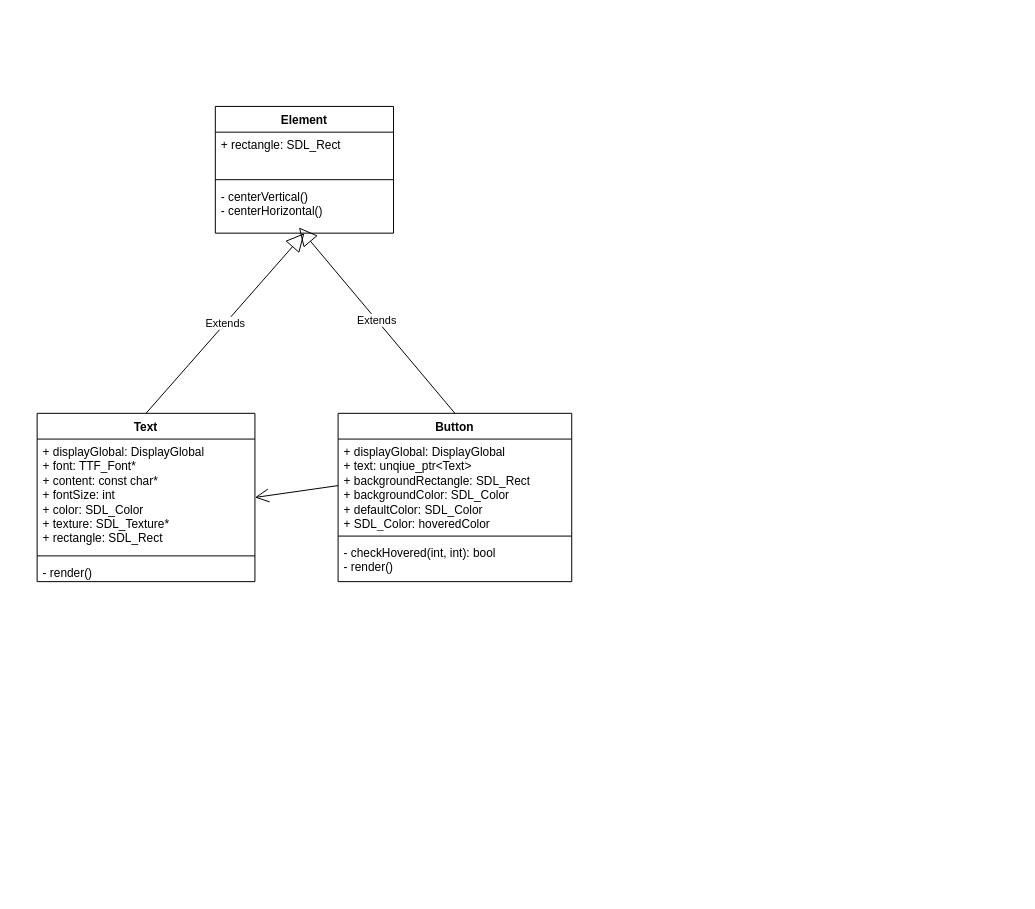
Before: Untitled Diagram.drawio in Joedahms/expirationTracker, a draw.io diagram. Source tidied: cells renumbered, new cells numbered last; positions are measured from the earlier drawing's top-left corner, leaving out a move shared by most shapes. Both pictures are drawn from the tidied source at 99%, with x=0, y=0 at pixel (37, 106).
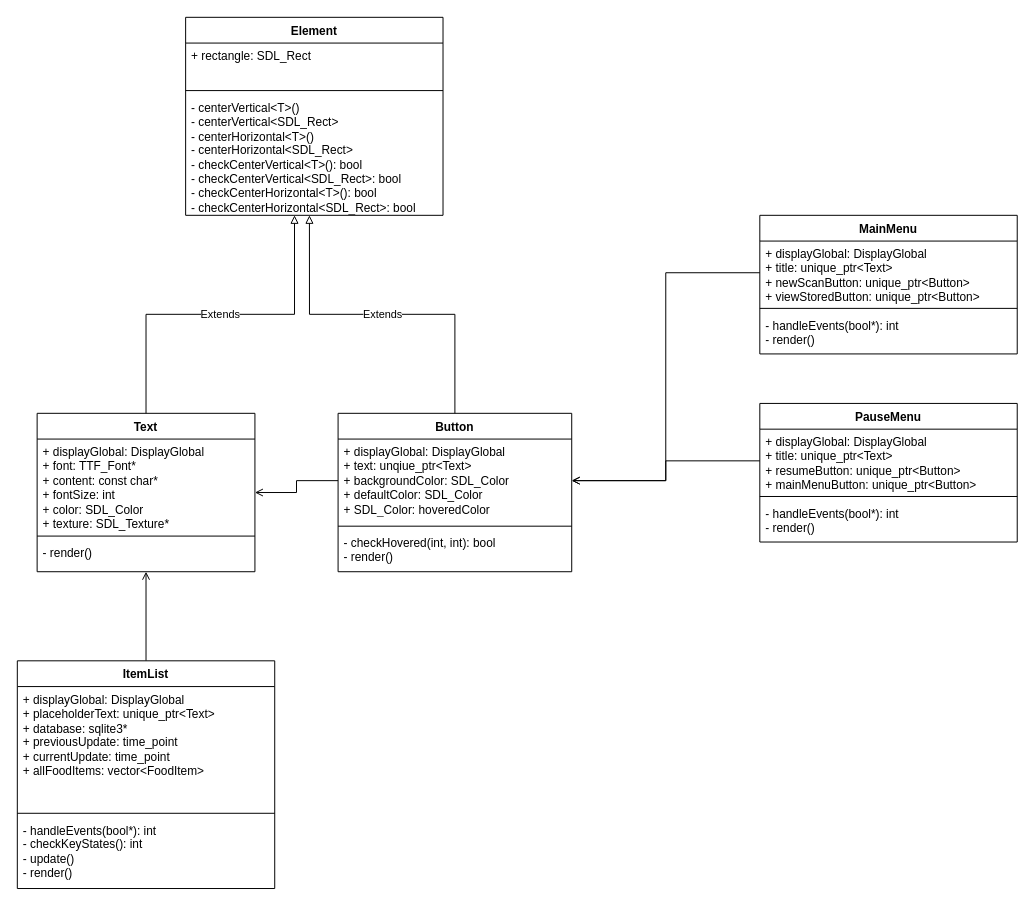
After the change.

What changed in the source:
```diff
@@
     <mxCell id="2" value="Element" style="swimlane;fontStyle=1;align=center;verticalAlign=top;horizontal=1;startSize=26;whiteSpace=wrap;html=1;" parent="1" vertex="1">
-      <mxGeometry x="180" width="180" height="128" as="geometry" />
+      <mxGeometry x="150" y="-90" width="260" height="200" as="geometry" />
     </mxCell>
     <mxCell id="3" value="&lt;div&gt;+ rectangle: SDL_Rect&lt;/div&gt;" style="text;strokeColor=none;fillColor=none;align=left;verticalAlign=top;spacingLeft=4;spacingRight=4;overflow=hidden;whiteSpace=wrap;html=1;" parent="2" vertex="1">
-      <mxGeometry y="26" width="180" height="44" as="geometry" />
+      <mxGeometry y="26" width="260" height="44" as="geometry" />
     </mxCell>
     <mxCell id="4" style="line;strokeWidth=1;fillColor=none;align=left;verticalAlign=middle;spacingTop=-1;spacingLeft=3;spacingRight=3;labelPosition=right;strokeColor=inherit;" parent="2" vertex="1">
-      <mxGeometry y="70" width="180" height="8" as="geometry" />
+      <mxGeometry y="70" width="260" height="8" as="geometry" />
     </mxCell>
-    <mxCell id="5" value="&lt;div&gt;- centerVertical()&lt;/div&gt;&lt;div&gt;- centerHorizontal()&lt;br&gt;&lt;/div&gt;" style="text;strokeColor=none;fillColor=none;align=left;verticalAlign=top;spacingLeft=4;spacingRight=4;overflow=hidden;points=[[0,0.5],[1,0.5]];portConstraint=eastwest;whiteSpace=wrap;html=1;" parent="2" vertex="1">
-      <mxGeometry y="78" width="180" height="50" as="geometry" />
+    <mxCell id="5" value="&lt;div&gt;- centerVertical&amp;lt;T&amp;gt;()&lt;/div&gt;&lt;div&gt;- centerVertical&amp;lt;SDL_Rect&amp;gt;&lt;br&gt;&lt;/div&gt;&lt;div&gt;- centerHorizontal&amp;lt;T&amp;gt;()&lt;/div&gt;&lt;div&gt;- centerHorizontal&amp;lt;SDL_Rect&amp;gt;&lt;/div&gt;&lt;div&gt;&lt;div&gt;- checkCenterVertical&amp;lt;T&amp;gt;(): bool&lt;br&gt;&lt;/div&gt;&lt;div&gt;- checkCenterVertical&amp;lt;SDL_Rect&amp;gt;: bool&lt;br&gt;&lt;/div&gt;&lt;div&gt;- checkCenterHorizontal&amp;lt;T&amp;gt;(): bool&lt;br&gt;&lt;/div&gt;&lt;div&gt;- checkCenterHorizontal&amp;lt;SDL_Rect&amp;gt;: bool&lt;br&gt;&lt;/div&gt;&lt;/div&gt;" style="text;strokeColor=none;fillColor=none;align=left;verticalAlign=top;spacingLeft=4;spacingRight=4;overflow=hidden;points=[[0,0.5],[1,0.5]];portConstraint=eastwest;whiteSpace=wrap;html=1;" parent="2" vertex="1">
+      <mxGeometry y="78" width="260" height="122" as="geometry" />
     </mxCell>
     <mxCell id="6" value="Text" style="swimlane;fontStyle=1;align=center;verticalAlign=top;horizontal=1;startSize=26;whiteSpace=wrap;html=1;" parent="1" vertex="1">
-      <mxGeometry y="310" width="220" height="170" as="geometry" />
+      <mxGeometry y="310" width="220" height="160" as="geometry" />
     </mxCell>
-    <mxCell id="7" value="&lt;div&gt;+ displayGlobal: DisplayGlobal&lt;br&gt;&lt;/div&gt;&lt;div&gt;+ font: TTF_Font*&lt;/div&gt;&lt;div&gt;+ content: const char*&lt;/div&gt;&lt;div&gt;+ fontSize: int&lt;/div&gt;&lt;div&gt;+ color: SDL_Color&lt;/div&gt;&lt;div&gt;+ texture: SDL_Texture*&lt;/div&gt;&lt;div&gt;+ rectangle: SDL_Rect&lt;br&gt;&lt;/div&gt;&lt;div&gt;&lt;br&gt;&lt;/div&gt;" style="text;strokeColor=none;fillColor=none;align=left;verticalAlign=top;spacingLeft=4;spacingRight=4;overflow=hidden;whiteSpace=wrap;html=1;" parent="6" vertex="1">
-      <mxGeometry y="26" width="220" height="114" as="geometry" />
+    <mxCell id="7" value="&lt;div&gt;+ displayGlobal: DisplayGlobal&lt;br&gt;&lt;/div&gt;&lt;div&gt;+ font: TTF_Font*&lt;/div&gt;&lt;div&gt;+ content: const char*&lt;/div&gt;&lt;div&gt;+ fontSize: int&lt;/div&gt;&lt;div&gt;+ color: SDL_Color&lt;/div&gt;&lt;div&gt;+ texture: SDL_Texture*&lt;/div&gt;&lt;div&gt;&lt;br&gt;&lt;/div&gt;" style="text;strokeColor=none;fillColor=none;align=left;verticalAlign=top;spacingLeft=4;spacingRight=4;overflow=hidden;whiteSpace=wrap;html=1;" parent="6" vertex="1">
+      <mxGeometry y="26" width="220" height="94" as="geometry" />
     </mxCell>
     <mxCell id="8" style="line;strokeWidth=1;fillColor=none;align=left;verticalAlign=middle;spacingTop=-1;spacingLeft=3;spacingRight=3;labelPosition=right;strokeColor=inherit;" parent="6" vertex="1">
-      <mxGeometry y="140" width="220" height="8" as="geometry" />
+      <mxGeometry y="120" width="220" height="8" as="geometry" />
     </mxCell>
     <mxCell id="9" value="- render()" style="text;strokeColor=none;fillColor=none;align=left;verticalAlign=top;spacingLeft=4;spacingRight=4;overflow=hidden;whiteSpace=wrap;html=1;" parent="6" vertex="1">
-      <mxGeometry y="148" width="220" height="22" as="geometry" />
+      <mxGeometry y="128" width="220" height="32" as="geometry" />
     </mxCell>
     <mxCell id="10" value="Button" style="swimlane;fontStyle=1;align=center;verticalAlign=top;horizontal=1;startSize=26;whiteSpace=wrap;html=1;" parent="1" vertex="1">
-      <mxGeometry x="304" y="310" width="236" height="170" as="geometry" />
+      <mxGeometry x="304" y="310" width="236" height="160" as="geometry" />
     </mxCell>
-    <mxCell id="11" value="&lt;div&gt;+ displayGlobal: DisplayGlobal&lt;/div&gt;&lt;div&gt;+ text: unqiue_ptr&amp;lt;Text&amp;gt;&lt;/div&gt;&lt;div&gt;+ backgroundRectangle: SDL_Rect&lt;/div&gt;&lt;div&gt;+ backgroundColor: SDL_Color&lt;/div&gt;&lt;div&gt;+ defaultColor: SDL_Color&lt;/div&gt;&lt;div&gt;+ SDL_Color: hoveredColor&lt;br&gt;&lt;/div&gt;" style="text;strokeColor=none;fillColor=none;align=left;verticalAlign=top;spacingLeft=4;spacingRight=4;overflow=hidden;points=[[0,0.5],[1,0.5]];portConstraint=eastwest;whiteSpace=wrap;html=1;" parent="10" vertex="1">
-      <mxGeometry y="26" width="236" height="94" as="geometry" />
+    <mxCell id="11" value="&lt;div&gt;+ displayGlobal: DisplayGlobal&lt;/div&gt;&lt;div&gt;+ text: unqiue_ptr&amp;lt;Text&amp;gt;&lt;/div&gt;&lt;div&gt;+ backgroundColor: SDL_Color&lt;/div&gt;&lt;div&gt;+ defaultColor: SDL_Color&lt;/div&gt;&lt;div&gt;+ SDL_Color: hoveredColor&lt;br&gt;&lt;/div&gt;" style="text;strokeColor=none;fillColor=none;align=left;verticalAlign=top;spacingLeft=4;spacingRight=4;overflow=hidden;points=[[0,0.5],[1,0.5]];portConstraint=eastwest;whiteSpace=wrap;html=1;" parent="10" vertex="1">
+      <mxGeometry y="26" width="236" height="84" as="geometry" />
     </mxCell>
     <mxCell id="12" style="line;strokeWidth=1;fillColor=none;align=left;verticalAlign=middle;spacingTop=-1;spacingLeft=3;spacingRight=3;labelPosition=right;strokeColor=inherit;" parent="10" vertex="1">
-      <mxGeometry y="120" width="236" height="8" as="geometry" />
+      <mxGeometry y="110" width="236" height="8" as="geometry" />
     </mxCell>
     <mxCell id="13" value="&lt;div&gt;- checkHovered(int, int): bool&lt;/div&gt;&lt;div&gt;- render()&lt;br&gt;&lt;/div&gt;" style="text;strokeColor=none;fillColor=none;align=left;verticalAlign=top;spacingLeft=4;spacingRight=4;overflow=hidden;whiteSpace=wrap;html=1;" parent="10" vertex="1">
-      <mxGeometry y="128" width="236" height="42" as="geometry" />
+      <mxGeometry y="118" width="236" height="42" as="geometry" />
     </mxCell>
+    <mxCell id="17" value="MainMenu" style="swimlane;fontStyle=1;align=center;verticalAlign=top;horizontal=1;startSize=26;whiteSpace=wrap;html=1;" parent="1" vertex="1">
+      <mxGeometry x="730" y="110" width="260" height="140" as="geometry" />
+    </mxCell>
+    <mxCell id="18" value="&lt;div&gt;+ displayGlobal: DisplayGlobal&lt;/div&gt;&lt;div&gt;+ title: unique_ptr&amp;lt;Text&amp;gt;&lt;/div&gt;&lt;div&gt;+ newScanButton: unique_ptr&amp;lt;Button&amp;gt;&lt;/div&gt;&lt;div&gt;+ viewStoredButton: unique_ptr&amp;lt;Button&amp;gt;&lt;br&gt;&lt;/div&gt;" style="text;strokeColor=none;fillColor=none;align=left;verticalAlign=top;spacingLeft=4;spacingRight=4;overflow=hidden;points=[[0,0.5],[1,0.5]];portConstraint=eastwest;whiteSpace=wrap;html=1;" parent="17" vertex="1">
+      <mxGeometry y="26" width="260" height="64" as="geometry" />
+    </mxCell>
+    <mxCell id="19" style="line;strokeWidth=1;fillColor=none;align=left;verticalAlign=middle;spacingTop=-1;spacingLeft=3;spacingRight=3;labelPosition=right;strokeColor=inherit;" parent="17" vertex="1">
+      <mxGeometry y="90" width="260" height="8" as="geometry" />
+    </mxCell>
+    <mxCell id="20" value="&lt;div&gt;- handleEvents(bool*): int&lt;/div&gt;&lt;div&gt;- render()&lt;br&gt;&lt;/div&gt;&lt;div&gt;&lt;br&gt;&lt;/div&gt;&lt;div&gt;&lt;br&gt;&lt;/div&gt;" style="text;strokeColor=none;fillColor=none;align=left;verticalAlign=top;spacingLeft=4;spacingRight=4;overflow=hidden;whiteSpace=wrap;html=1;" parent="17" vertex="1">
+      <mxGeometry y="98" width="260" height="42" as="geometry" />
+    </mxCell>
+    <mxCell id="21" value="PauseMenu" style="swimlane;fontStyle=1;align=center;verticalAlign=top;horizontal=1;startSize=26;whiteSpace=wrap;html=1;" parent="1" vertex="1">
+      <mxGeometry x="730" y="300" width="260" height="140" as="geometry" />
+    </mxCell>
+    <mxCell id="22" value="&lt;div&gt;+ displayGlobal: DisplayGlobal&lt;/div&gt;&lt;div&gt;+ title: unique_ptr&amp;lt;Text&amp;gt;&lt;/div&gt;&lt;div&gt;+ resumeButton: unique_ptr&amp;lt;Button&amp;gt;&lt;/div&gt;&lt;div&gt;+ mainMenuButton: unique_ptr&amp;lt;Button&amp;gt;&lt;br&gt;&lt;/div&gt;" style="text;strokeColor=none;fillColor=none;align=left;verticalAlign=top;spacingLeft=4;spacingRight=4;overflow=hidden;points=[[0,0.5],[1,0.5]];portConstraint=eastwest;whiteSpace=wrap;html=1;" parent="21" vertex="1">
+      <mxGeometry y="26" width="260" height="64" as="geometry" />
+    </mxCell>
+    <mxCell id="23" style="line;strokeWidth=1;fillColor=none;align=left;verticalAlign=middle;spacingTop=-1;spacingLeft=3;spacingRight=3;labelPosition=right;strokeColor=inherit;" parent="21" vertex="1">
+      <mxGeometry y="90" width="260" height="8" as="geometry" />
+    </mxCell>
+    <mxCell id="24" value="&lt;div&gt;- handleEvents(bool*): int&lt;/div&gt;&lt;div&gt;- render()&lt;br&gt;&lt;/div&gt;&lt;div&gt;&lt;br&gt;&lt;/div&gt;&lt;div&gt;&lt;br&gt;&lt;/div&gt;" style="text;strokeColor=none;fillColor=none;align=left;verticalAlign=top;spacingLeft=4;spacingRight=4;overflow=hidden;whiteSpace=wrap;html=1;" parent="21" vertex="1">
+      <mxGeometry y="98" width="260" height="42" as="geometry" />
+    </mxCell>
+    <mxCell id="25" style="edgeStyle=orthogonalEdgeStyle;rounded=0;jettySize=auto;html=1;exitX=0;exitY=0.5;exitDx=0;exitDy=0;entryX=1;entryY=0.5;entryDx=0;entryDy=0;endArrow=open;endFill=0;" parent="1" edge="1" source="22" target="11">
+      <mxGeometry relative="1" as="geometry" />
+    </mxCell>
+    <mxCell id="26" style="edgeStyle=orthogonalEdgeStyle;rounded=0;jettySize=auto;html=1;exitX=0;exitY=0.5;exitDx=0;exitDy=0;entryX=1;entryY=0.5;entryDx=0;entryDy=0;endArrow=open;endFill=0;" parent="1" edge="1" source="18" target="11">
+      <mxGeometry relative="1" as="geometry" />
+    </mxCell>
-    <mxCell id="14" style="endArrow=open;endFill=1;endSize=12;html=1;rounded=0;exitX=0;exitY=0.5;exitDx=0;exitDy=0;entryX=1;entryY=0.5;entryDx=0;entryDy=0;" parent="1" edge="1" source="11" target="6">
+    <mxCell id="14" style="edgeStyle=orthogonalEdgeStyle;rounded=0;jettySize=auto;html=1;exitX=0;exitY=0.5;exitDx=0;exitDy=0;entryX=1;entryY=0.5;entryDx=0;entryDy=0;endArrow=open;endFill=0;" parent="1" edge="1" source="11" target="6">
       <mxGeometry relative="1" as="geometry" />
     </mxCell>
-    <mxCell id="15" value="Extends" style="endArrow=block;endSize=16;endFill=0;html=1;rounded=0;exitX=0.5;exitY=0;exitDx=0;exitDy=0;entryX=0.5;entryY=1;entryDx=0;entryDy=0;" parent="1" edge="1" source="6" target="2">
-      <mxGeometry relative="1" as="geometry" />
-    </mxCell>
-    <mxCell id="16" value="Extends" style="endArrow=block;endSize=16;endFill=0;html=1;rounded=0;exitX=0.5;exitY=0;exitDx=0;exitDy=0;entryX=0.469;entryY=0.885;entryDx=0;entryDy=0;entryPerimeter=0;" parent="1" edge="1" source="10" target="5">
+    <mxCell id="16" value="Extends" style="edgeStyle=orthogonalEdgeStyle;rounded=0;jettySize=auto;html=1;exitX=0.5;exitY=0;exitDx=0;exitDy=0;entryX=0.481;entryY=1;entryDx=0;entryDy=0;entryPerimeter=0;endArrow=block;endFill=0;" parent="1" edge="1" source="10" target="5">
       <mxGeometry relative="1" as="geometry" />
     </mxCell>
+    <mxCell id="27" value="Extends" style="edgeStyle=orthogonalEdgeStyle;rounded=0;jettySize=auto;html=1;exitX=0.5;exitY=0;exitDx=0;exitDy=0;entryX=0.423;entryY=1;entryDx=0;entryDy=0;entryPerimeter=0;endArrow=block;endFill=0;" parent="1" edge="1" source="6" target="5">
+      <mxGeometry relative="1" as="geometry" />
+    </mxCell>
+    <mxCell id="28" style="edgeStyle=orthogonalEdgeStyle;rounded=0;jettySize=auto;html=1;exitX=0.5;exitY=0;exitDx=0;exitDy=0;entryX=0.5;entryY=1;entryDx=0;entryDy=0;endArrow=open;endFill=0;" parent="1" edge="1" source="29" target="6">
+      <mxGeometry relative="1" as="geometry" />
+    </mxCell>
+    <mxCell id="29" value="ItemList" style="swimlane;fontStyle=1;align=center;verticalAlign=top;horizontal=1;startSize=26;whiteSpace=wrap;html=1;" parent="1" vertex="1">
+      <mxGeometry x="-20" y="560" width="260" height="230" as="geometry" />
+    </mxCell>
+    <mxCell id="30" value="&lt;div&gt;+ displayGlobal: DisplayGlobal&lt;/div&gt;&lt;div&gt;+ placeholderText: unique_ptr&amp;lt;Text&amp;gt;&lt;/div&gt;&lt;div&gt;+ database: sqlite3*&lt;/div&gt;&lt;div&gt;+ previousUpdate: time_point&lt;/div&gt;&lt;div&gt;+ currentUpdate: time_point&lt;/div&gt;+ allFoodItems: vector&amp;lt;FoodItem&amp;gt;" style="text;strokeColor=none;fillColor=none;align=left;verticalAlign=top;spacingLeft=4;spacingRight=4;overflow=hidden;whiteSpace=wrap;html=1;" parent="29" vertex="1">
+      <mxGeometry y="26" width="260" height="124" as="geometry" />
+    </mxCell>
+    <mxCell id="31" style="line;strokeWidth=1;fillColor=none;align=left;verticalAlign=middle;spacingTop=-1;spacingLeft=3;spacingRight=3;labelPosition=right;strokeColor=inherit;" parent="29" vertex="1">
+      <mxGeometry y="150" width="260" height="8" as="geometry" />
+    </mxCell>
+    <mxCell id="32" value="&lt;div&gt;- handleEvents(bool*): int&lt;/div&gt;&lt;div&gt;- checkKeyStates(): int&lt;/div&gt;&lt;div&gt;- update()&lt;br&gt;&lt;/div&gt;&lt;div&gt;- render()&lt;br&gt;&lt;/div&gt;&lt;div&gt;&lt;br&gt;&lt;/div&gt;&lt;div&gt;&lt;br&gt;&lt;/div&gt;" style="text;strokeColor=none;fillColor=none;align=left;verticalAlign=top;spacingLeft=4;spacingRight=4;overflow=hidden;whiteSpace=wrap;html=1;" parent="29" vertex="1">
+      <mxGeometry y="158" width="260" height="72" as="geometry" />
+    </mxCell>
```
